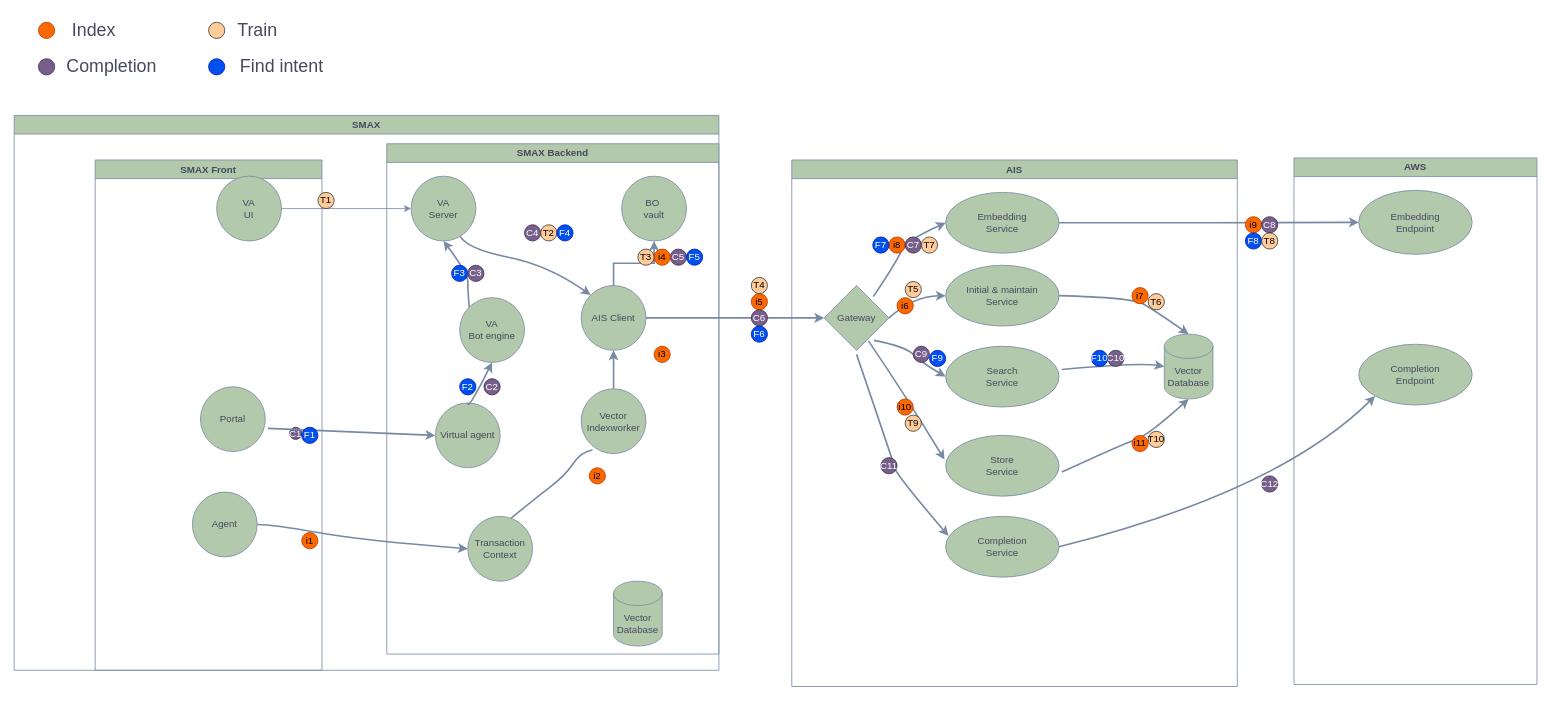
Earlier version of the draw.io diagram LLM/seq_all.drawio (Ice-YcY/Diagram). Source tidied: cells renumbered, new cells numbered last; positions are measured from the earlier drawing's top-left corner, leaving out a move shared by most shapes. Both pictures are drawn from the tidied source at 81%, with x=0, y=0 at pixel (14, 14).
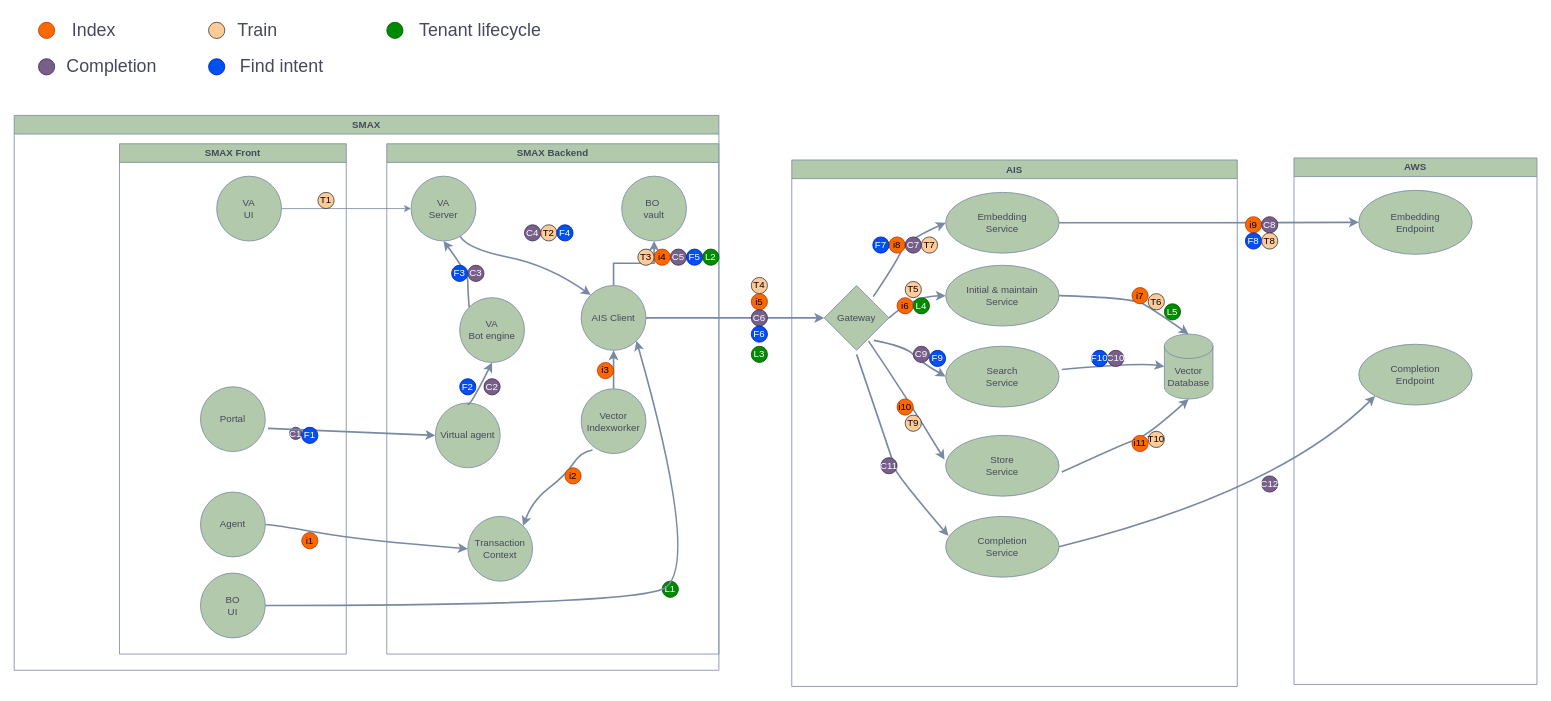
The same diagram, later.

Unchanged cells that the change refers to:
```xml
<mxCell id="4" value="AIS Client" style="ellipse;whiteSpace=wrap;html=1;labelBackgroundColor=none;fillColor=#B2C9AB;strokeColor=#788AA3;fontColor=#46495D;" parent="1" vertex="1">
  <mxGeometry x="700" y="335" width="80" height="80" as="geometry" />
</mxCell>
<mxCell id="7" value="Vector&lt;br&gt;Indexworker" style="ellipse;whiteSpace=wrap;html=1;labelBackgroundColor=none;fillColor=#B2C9AB;strokeColor=#788AA3;fontColor=#46495D;" parent="1" vertex="1">
  <mxGeometry x="700" y="462.5" width="80" height="80" as="geometry" />
</mxCell>
<mxCell id="9" value="AIS" style="swimlane;whiteSpace=wrap;html=1;labelBackgroundColor=none;fillColor=#B2C9AB;strokeColor=#788AA3;fontColor=#46495D;" parent="1" vertex="1">
  <mxGeometry x="960" y="180" width="550" height="650" as="geometry" />
</mxCell>
<mxCell id="42" value="SMAX" style="swimlane;whiteSpace=wrap;html=1;labelBackgroundColor=none;fillColor=#B2C9AB;strokeColor=#788AA3;fontColor=#46495D;" parent="1" vertex="1">
  <mxGeometry y="125" width="870" height="685" as="geometry" />
</mxCell>
<mxCell id="73" value="Transaction&lt;br&gt;Context" style="ellipse;whiteSpace=wrap;html=1;labelBackgroundColor=none;fillColor=#B2C9AB;strokeColor=#788AA3;fontColor=#46495D;" parent="42" vertex="1">
  <mxGeometry x="560" y="495" width="80" height="80" as="geometry" />
</mxCell>
<mxCell id="75" value="SMAX Backend" style="swimlane;whiteSpace=wrap;html=1;labelBackgroundColor=none;fillColor=#B2C9AB;strokeColor=#788AA3;fontColor=#46495D;" parent="42" vertex="1">
  <mxGeometry x="460" y="35" width="410" height="630" as="geometry" />
</mxCell>
```

Change to the diagram source:
```diff
@@
-    <mxCell id="5" style="curved=1;endArrow=classic;html=1;rounded=0;exitX=0.175;exitY=0.944;exitDx=0;exitDy=0;fillColor=#B2C9AB;strokeColor=#788AA3;strokeWidth=2;labelBackgroundColor=none;fontColor=default;exitPerimeter=0;" parent="1" edge="1" source="7">
+    <mxCell id="5" style="curved=1;endArrow=classic;html=1;rounded=0;exitX=0.175;exitY=0.944;exitDx=0;exitDy=0;fillColor=#B2C9AB;strokeColor=#788AA3;strokeWidth=2;labelBackgroundColor=none;fontColor=default;exitPerimeter=0;entryX=1;entryY=0;entryDx=0;entryDy=0;" parent="1" edge="1" source="7" target="73">
       <mxGeometry relative="1" as="geometry">
-        <mxPoint x="580" y="650" as="targetPoint" />
         <Array as="points">
           <mxPoint x="700" y="540" />
           <mxPoint x="680" y="570" />
           <mxPoint x="640" y="600" />
         </Array>
       </mxGeometry>
     </mxCell>
@@
-    <mxCell id="8" value="SMAX Front" style="swimlane;whiteSpace=wrap;html=1;labelBackgroundColor=none;fillColor=#B2C9AB;strokeColor=#788AA3;fontColor=#46495D;" parent="1" vertex="1">
-      <mxGeometry x="100" y="180" width="280" height="630" as="geometry" />
-    </mxCell>
@@
+    <mxCell id="98" value="L4" style="ellipse;whiteSpace=wrap;html=1;labelBackgroundColor=none;fillColor=#008a00;strokeColor=#005700;fontColor=#ffffff;" parent="9" vertex="1">
+      <mxGeometry x="150" y="170" width="20" height="20" as="geometry" />
+    </mxCell>
+    <mxCell id="99" value="L5" style="ellipse;whiteSpace=wrap;html=1;labelBackgroundColor=none;fillColor=#008a00;strokeColor=#005700;fontColor=#ffffff;" parent="9" vertex="1">
+      <mxGeometry x="460" y="177.5" width="20" height="20" as="geometry" />
+    </mxCell>
@@
-    <mxCell id="44" value="i3" style="ellipse;whiteSpace=wrap;html=1;fillColor=#fa6800;fontColor=#000000;strokeColor=#C73500;labelBackgroundColor=none;" parent="42" vertex="1">
-      <mxGeometry x="790" y="285" width="20" height="20" as="geometry" />
-    </mxCell>
@@
     <mxCell id="47" value="Agent" style="ellipse;whiteSpace=wrap;html=1;labelBackgroundColor=none;fillColor=#B2C9AB;strokeColor=#788AA3;fontColor=#46495D;" parent="42" vertex="1">
-      <mxGeometry x="220" y="465" width="80" height="80" as="geometry" />
+      <mxGeometry x="230" y="465" width="80" height="80" as="geometry" />
     </mxCell>
@@
-    <mxCell id="63" value="Vector&lt;br&gt;Database" style="shape=cylinder3;whiteSpace=wrap;html=1;boundedLbl=1;backgroundOutline=1;size=15;labelBackgroundColor=none;fillColor=#B2C9AB;strokeColor=#788AA3;fontColor=#46495D;" parent="42" vertex="1">
-      <mxGeometry x="740" y="575" width="60" height="80" as="geometry" />
-    </mxCell>
@@
     <mxCell id="76" value="i2" style="ellipse;whiteSpace=wrap;html=1;fillColor=#fa6800;fontColor=#000000;strokeColor=#C73500;labelBackgroundColor=none;" parent="75" vertex="1">
-      <mxGeometry x="250" y="400" width="20" height="20" as="geometry" />
+      <mxGeometry x="220" y="400" width="20" height="20" as="geometry" />
     </mxCell>
@@
+    <mxCell id="44" value="i3" style="ellipse;whiteSpace=wrap;html=1;fillColor=#fa6800;fontColor=#000000;strokeColor=#C73500;labelBackgroundColor=none;" parent="75" vertex="1">
+      <mxGeometry x="260" y="270" width="20" height="20" as="geometry" />
+    </mxCell>
+    <mxCell id="100" value="L1" style="ellipse;whiteSpace=wrap;html=1;labelBackgroundColor=none;fillColor=#008a00;strokeColor=#005700;fontColor=#ffffff;" parent="75" vertex="1">
+      <mxGeometry x="340" y="540" width="20" height="20" as="geometry" />
+    </mxCell>
+    <mxCell id="101" value="L2" style="ellipse;whiteSpace=wrap;html=1;labelBackgroundColor=none;fillColor=#008a00;strokeColor=#005700;fontColor=#ffffff;" parent="75" vertex="1">
+      <mxGeometry x="390" y="130" width="20" height="20" as="geometry" />
+    </mxCell>
+    <mxCell id="102" value="BO&lt;br&gt;UI" style="ellipse;whiteSpace=wrap;html=1;labelBackgroundColor=none;fillColor=#B2C9AB;strokeColor=#788AA3;fontColor=#46495D;" parent="42" vertex="1">
+      <mxGeometry x="230" y="565" width="80" height="80" as="geometry" />
+    </mxCell>
+    <mxCell id="8" value="SMAX Front" style="swimlane;whiteSpace=wrap;html=1;labelBackgroundColor=none;fillColor=#B2C9AB;strokeColor=#788AA3;fontColor=#46495D;" parent="42" vertex="1">
+      <mxGeometry x="130" y="35" width="280" height="630" as="geometry" />
+    </mxCell>
@@
+    <mxCell id="103" style="curved=1;endArrow=classic;html=1;rounded=0;strokeColor=#788AA3;fontColor=#46495D;fillColor=#B2C9AB;exitX=1;exitY=0.5;exitDx=0;exitDy=0;entryX=1;entryY=1;entryDx=0;entryDy=0;strokeWidth=2;" parent="1" edge="1" source="102" target="4">
+      <mxGeometry relative="1" as="geometry">
+        <Array as="points">
+          <mxPoint x="750" y="730" />
+          <mxPoint x="850" y="690" />
+        </Array>
+      </mxGeometry>
+    </mxCell>
+    <mxCell id="104" style="ellipse;whiteSpace=wrap;html=1;labelBackgroundColor=none;fillColor=#008a00;strokeColor=#005700;fontColor=#ffffff;" parent="1" vertex="1">
+      <mxGeometry x="460" y="10" width="20" height="20" as="geometry" />
+    </mxCell>
+    <mxCell id="105" value="&lt;font style=&quot;font-size: 22px;&quot;&gt;Tenant lifecycle&lt;/font&gt;" style="text;html=1;align=center;verticalAlign=middle;strokeColor=none;fillColor=none;fontColor=#46495D;strokeWidth=22;" parent="1" vertex="1">
+      <mxGeometry x="490" width="170" height="40" as="geometry" />
+    </mxCell>
+    <mxCell id="106" value="L3" style="ellipse;whiteSpace=wrap;html=1;labelBackgroundColor=none;fillColor=#008a00;strokeColor=#005700;fontColor=#ffffff;" parent="1" vertex="1">
+      <mxGeometry x="910" y="410" width="20" height="20" as="geometry" />
+    </mxCell>
```
